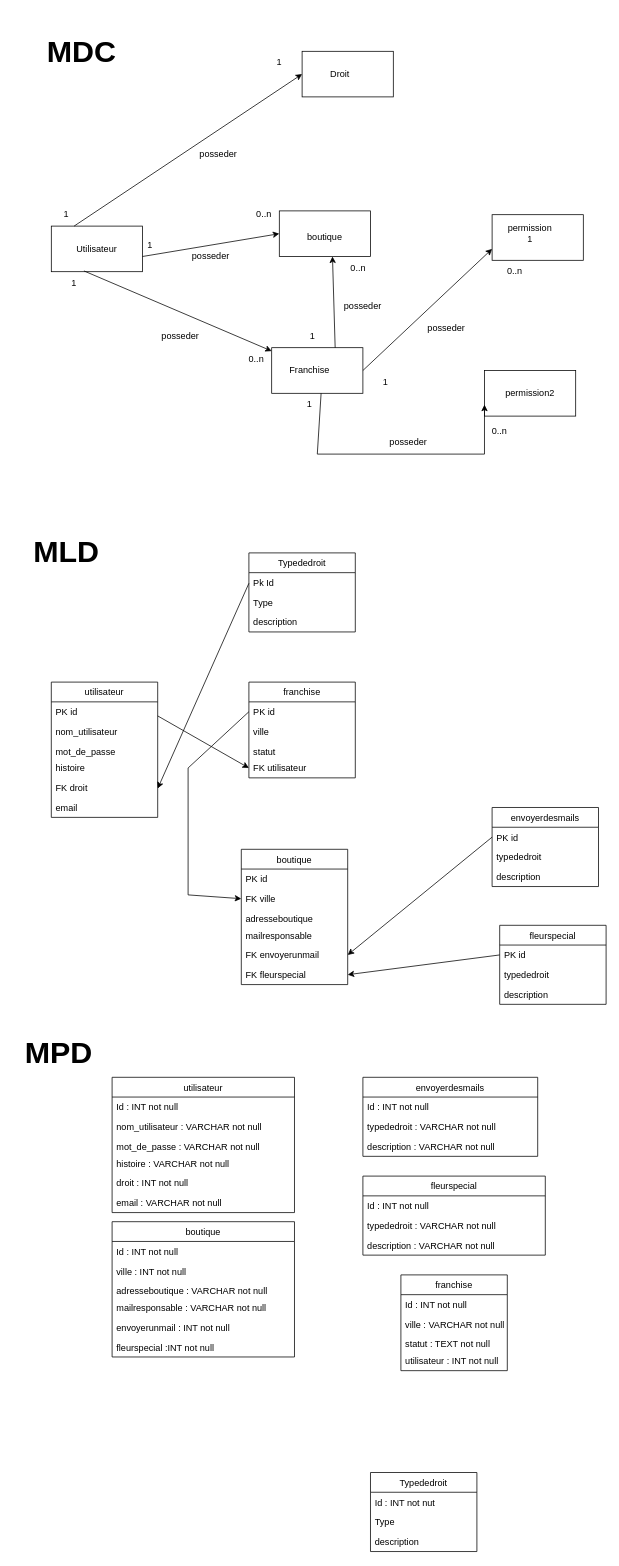
Above: diagramme.drawio in Bastien64/ProjetPhp (draw.io), before the change. Source tidied: cells renumbered, new cells numbered last; positions are measured from the earlier drawing's top-left corner, leaving out a move shared by most shapes. Both pictures are drawn from the tidied source at 76%, with x=0, y=0 at pixel (13, 13).
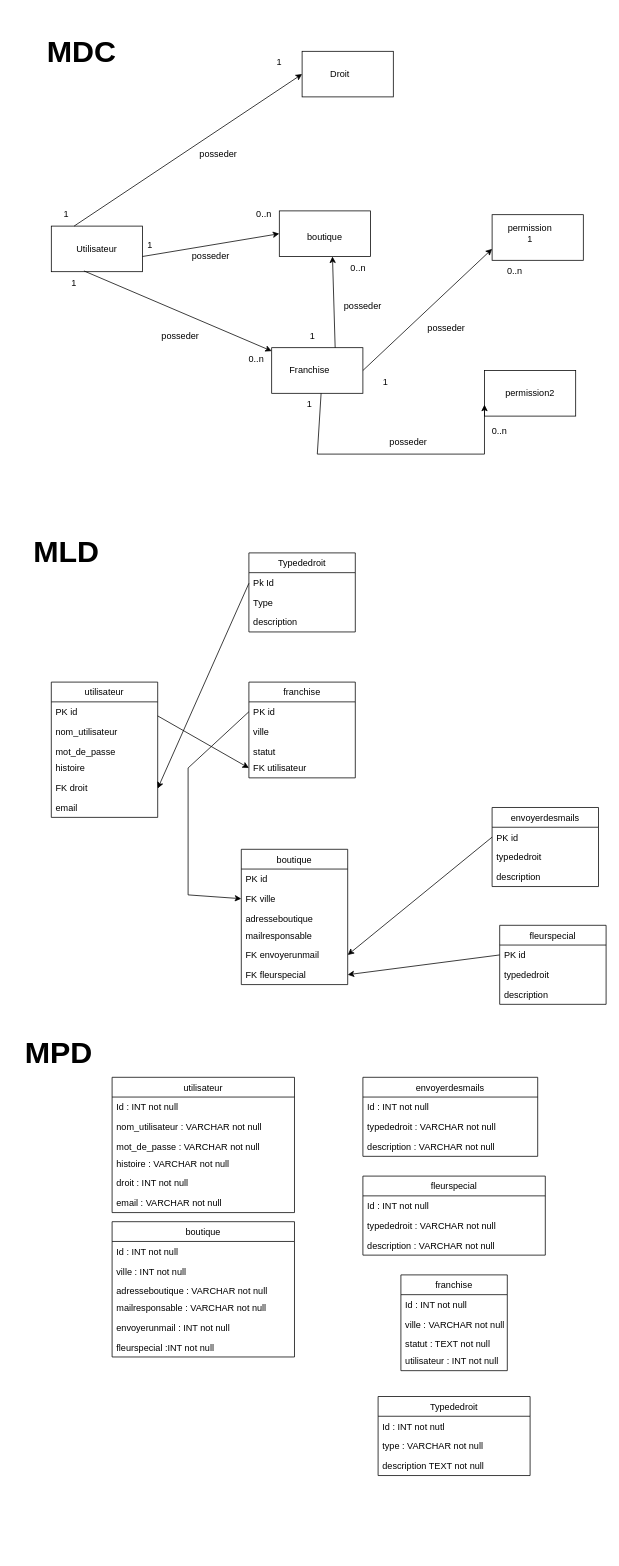
The same page after the edit.

Commit message:
Mettre à jour diagramme.drawio

What changed in the source:
```diff
@@
     <mxCell id="77" value="Typededroit" style="swimlane;fontStyle=0;horizontal=1;startSize=26;fillColor=none;fontSize=12;" parent="1" vertex="1">
-      <mxGeometry x="470" y="1920" width="140" height="104" as="geometry" />
+      <mxGeometry x="480" y="1820" width="200" height="104" as="geometry" />
     </mxCell>
-    <mxCell id="78" value="Id : INT not nut" style="text;strokeColor=none;fillColor=none;align=left;verticalAlign=top;spacingLeft=4;spacingRight=4;overflow=hidden;fontSize=12;" parent="77" vertex="1">
-      <mxGeometry y="26" width="140" height="26" as="geometry" />
+    <mxCell id="78" value="Id : INT not nutl" style="text;strokeColor=none;fillColor=none;align=left;verticalAlign=top;spacingLeft=4;spacingRight=4;overflow=hidden;fontSize=12;" parent="77" vertex="1">
+      <mxGeometry y="26" width="200" height="26" as="geometry" />
     </mxCell>
-    <mxCell id="79" value="Type" style="text;strokeColor=none;fillColor=none;align=left;verticalAlign=top;spacingLeft=4;spacingRight=4;overflow=hidden;fontSize=12;" parent="77" vertex="1">
-      <mxGeometry y="52" width="140" height="26" as="geometry" />
+    <mxCell id="79" value="type : VARCHAR not null" style="text;strokeColor=none;fillColor=none;align=left;verticalAlign=top;spacingLeft=4;spacingRight=4;overflow=hidden;fontSize=12;" parent="77" vertex="1">
+      <mxGeometry y="52" width="200" height="26" as="geometry" />
     </mxCell>
-    <mxCell id="80" value="description" style="text;strokeColor=none;fillColor=none;align=left;verticalAlign=top;spacingLeft=4;spacingRight=4;overflow=hidden;fontSize=12;" parent="77" vertex="1">
-      <mxGeometry y="78" width="140" height="26" as="geometry" />
+    <mxCell id="80" value="description TEXT not null" style="text;strokeColor=none;fillColor=none;align=left;verticalAlign=top;spacingLeft=4;spacingRight=4;overflow=hidden;fontSize=12;" parent="77" vertex="1">
+      <mxGeometry y="78" width="200" height="26" as="geometry" />
     </mxCell>
```
